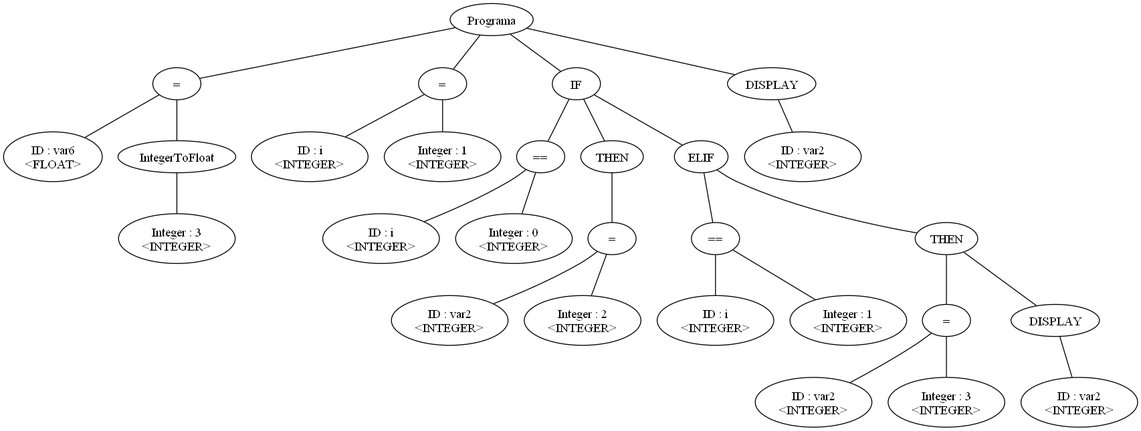
Above: arbol.png in leandroprios/compilador (Graphviz), before the change. Its source is kept beside it as arbol.dot.
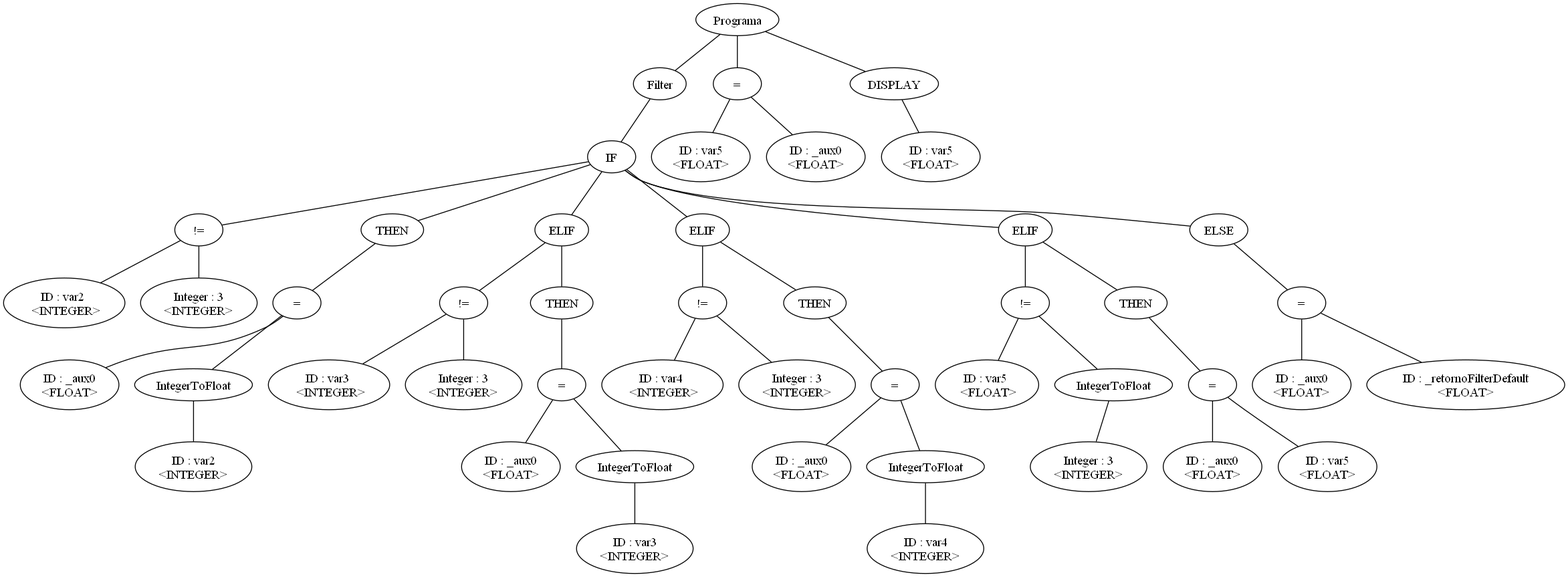
The same file after the commit.

Diff of the diagram source:
```diff
@@ -1,56 +1,98 @@
-graph G {nodo_1306285324[label="Programa"]
-nodo_712809690[label="="]
-nodo_1306285324--nodo_712809690
-nodo_695350244[label="ID : var6\n<FLOAT>"]
-nodo_712809690--nodo_695350244
-nodo_494309407[label="IntegerToFloat"]
-nodo_712809690--nodo_494309407
-nodo_841859720[label="Integer : 3\n<INTEGER>"]
-nodo_494309407--nodo_841859720
-nodo_2088305243[label="="]
-nodo_1306285324--nodo_2088305243
-nodo_1143796515[label="ID : i\n<INTEGER>"]
-nodo_2088305243--nodo_1143796515
-nodo_1844671953[label="Integer : 1\n<INTEGER>"]
-nodo_2088305243--nodo_1844671953
-nodo_823579493[label="IF"]
-nodo_1306285324--nodo_823579493
-nodo_97084614[label="=="]
-nodo_823579493--nodo_97084614
-nodo_652159671[label="ID : i\n<INTEGER>"]
-nodo_97084614--nodo_652159671
-nodo_1358204480[label="Integer : 0\n<INTEGER>"]
-nodo_97084614--nodo_1358204480
-nodo_1476326080[label="="]
-nodo_622846785--nodo_1476326080
-nodo_434066349[label="ID : var2\n<INTEGER>"]
-nodo_1476326080--nodo_434066349
-nodo_1183467699[label="Integer : 2\n<INTEGER>"]
-nodo_1476326080--nodo_1183467699
-nodo_823579493--nodo_622846785
-nodo_622846785[label="THEN"]
-nodo_855136428[label="ELIF"]
-nodo_823579493--nodo_855136428
-nodo_313574593[label="=="]
-nodo_855136428--nodo_313574593
-nodo_1896988417[label="ID : i\n<INTEGER>"]
-nodo_313574593--nodo_1896988417
-nodo_1699397184[label="Integer : 1\n<INTEGER>"]
-nodo_313574593--nodo_1699397184
-nodo_855136428--nodo_910910166
-nodo_910910166[label="THEN"]
-nodo_361215869[label="="]
-nodo_910910166--nodo_361215869
-nodo_25558976[label="ID : var2\n<INTEGER>"]
-nodo_361215869--nodo_25558976
-nodo_2098241862[label="Integer : 3\n<INTEGER>"]
-nodo_361215869--nodo_2098241862
-nodo_1301850138[label="DISPLAY"]
-nodo_910910166--nodo_1301850138
-nodo_1695335051[label="ID : var2\n<INTEGER>"]
-nodo_1301850138--nodo_1695335051
-nodo_1264146965[label="DISPLAY"]
-nodo_1306285324--nodo_1264146965
-nodo_867944617[label="ID : var2\n<INTEGER>"]
-nodo_1264146965--nodo_867944617
+graph G {nodo_149683597[label="Programa"]
+nodo_68772363[label="Filter"]
+nodo_149683597--nodo_68772363
+nodo_2141097718[label="IF"]
+nodo_68772363--nodo_2141097718
+nodo_1482220186[label="!="]
+nodo_2141097718--nodo_1482220186
+nodo_252210057[label="ID : var2
+ <INTEGER>"]
+nodo_1482220186--nodo_252210057
+nodo_1078872409[label="Integer : 3\n<INTEGER>"]
+nodo_1482220186--nodo_1078872409
+nodo_1261209240[label="="]
+nodo_911195092--nodo_1261209240
+nodo_1417670997[label="ID : _aux0\n<FLOAT>"]
+nodo_1261209240--nodo_1417670997
+nodo_417827952[label="IntegerToFloat"]
+nodo_1261209240--nodo_417827952
+nodo_709958324[label="ID : var2\n<INTEGER>"]
+nodo_417827952--nodo_709958324
+nodo_2141097718--nodo_911195092
+nodo_911195092[label="THEN"]
+nodo_90587424[label="ELIF"]
+nodo_2141097718--nodo_90587424
+nodo_775482752[label="!="]
+nodo_90587424--nodo_775482752
+nodo_169373755[label="ID : var3
+ <INTEGER>"]
+nodo_775482752--nodo_169373755
+nodo_675172214[label="Integer : 3\n<INTEGER>"]
+nodo_775482752--nodo_675172214
+nodo_90587424--nodo_535871748
+nodo_535871748[label="THEN"]
+nodo_526808080[label="="]
+nodo_535871748--nodo_526808080
+nodo_1985732241[label="ID : _aux0\n<FLOAT>"]
+nodo_526808080--nodo_1985732241
+nodo_1057747401[label="IntegerToFloat"]
+nodo_526808080--nodo_1057747401
+nodo_1695829153[label="ID : var3\n<INTEGER>"]
+nodo_1057747401--nodo_1695829153
+nodo_1233023719[label="ELIF"]
+nodo_2141097718--nodo_1233023719
+nodo_1643745807[label="!="]
+nodo_1233023719--nodo_1643745807
+nodo_18657856[label="ID : var4
+ <INTEGER>"]
+nodo_1643745807--nodo_18657856
+nodo_1185585030[label="Integer : 3\n<INTEGER>"]
+nodo_1643745807--nodo_1185585030
+nodo_1233023719--nodo_849855124
+nodo_849855124[label="THEN"]
+nodo_2088320254[label="="]
+nodo_849855124--nodo_2088320254
+nodo_1362997396[label="ID : _aux0\n<FLOAT>"]
+nodo_2088320254--nodo_1362997396
+nodo_903317057[label="IntegerToFloat"]
+nodo_2088320254--nodo_903317057
+nodo_668152282[label="ID : var4\n<INTEGER>"]
+nodo_903317057--nodo_668152282
+nodo_318269202[label="ELIF"]
+nodo_2141097718--nodo_318269202
+nodo_788389065[label="!="]
+nodo_318269202--nodo_788389065
+nodo_663859929[label="ID : var5
+ <FLOAT>"]
+nodo_788389065--nodo_663859929
+nodo_1222848219[label="IntegerToFloat"]
+nodo_788389065--nodo_1222848219
+nodo_137930906[label="Integer : 3\n<INTEGER>"]
+nodo_1222848219--nodo_137930906
+nodo_318269202--nodo_253592515
+nodo_253592515[label="THEN"]
+nodo_571851838[label="="]
+nodo_253592515--nodo_571851838
+nodo_725543158[label="ID : _aux0\n<FLOAT>"]
+nodo_571851838--nodo_725543158
+nodo_2063240892[label="ID : var5\n<FLOAT>"]
+nodo_571851838--nodo_2063240892
+nodo_2141097718--nodo_821339684
+nodo_821339684[label="ELSE"]
+nodo_936084737[label="="]
+nodo_821339684--nodo_936084737
+nodo_1005814770[label="ID : _aux0\n<FLOAT>"]
+nodo_936084737--nodo_1005814770
+nodo_1733731618[label="ID : _retornoFilterDefault\n<FLOAT>"]
+nodo_936084737--nodo_1733731618
+nodo_1232558106[label="="]
+nodo_149683597--nodo_1232558106
+nodo_587153336[label="ID : var5\n<FLOAT>"]
+nodo_1232558106--nodo_587153336
+nodo_95732742[label="ID : _aux0\n<FLOAT>"]
+nodo_1232558106--nodo_95732742
+nodo_1469652519[label="DISPLAY"]
+nodo_149683597--nodo_1469652519
+nodo_618478406[label="ID : var5\n<FLOAT>"]
+nodo_1469652519--nodo_618478406
 }
```
